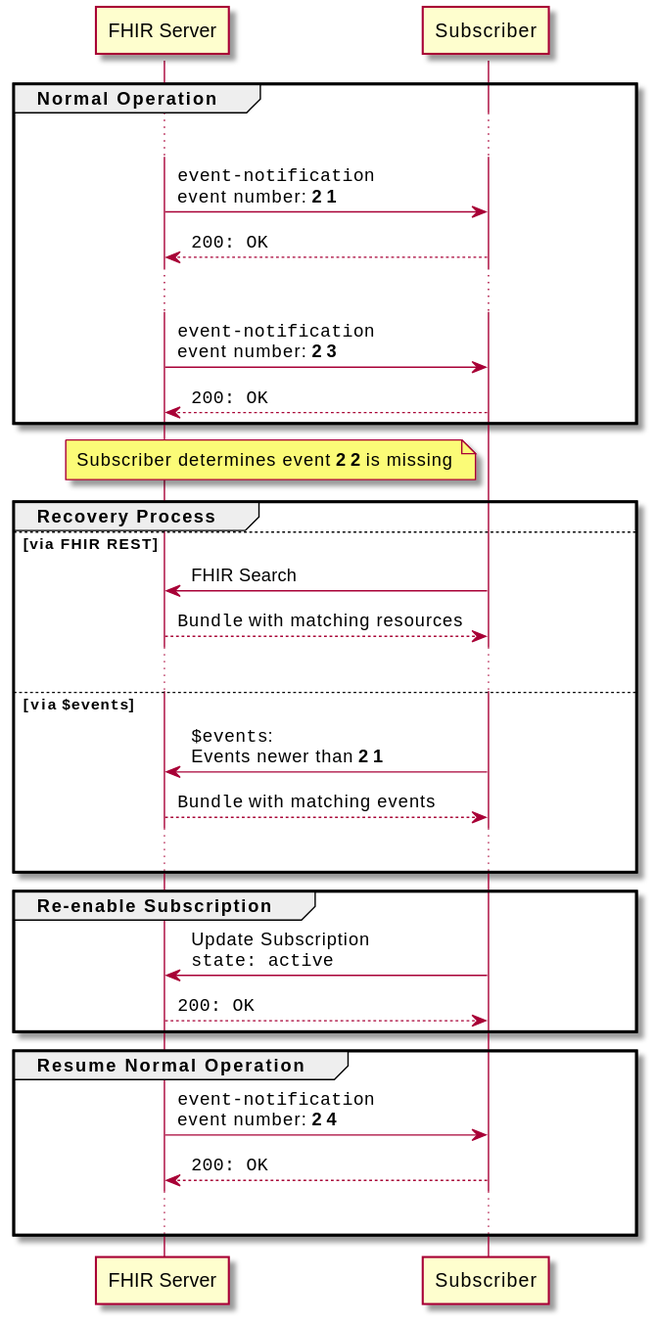
Above: images/subscriptions/notification-no-event.svg in HL7/fhir (PlantUML), before the change. Its diagram source:
```plantuml
@startuml
skinparam NoteTextAlignment left
skinparam Padding 2
skinparam ParticipantPadding 50
skinparam LifelineStrategy solid

participant "FHIR Server" as S
participant Subscriber    as C

group Normal Operation
  ...
  S -> C: ""event-notification""\nevent number: **21**
  return ""200: OK""
  ...
  S -> C: ""event-notification""\nevent number: **23**
  return ""200: OK""
end

note left of C
  Subscriber determines event **22** is missing
end note

group Recovery Process
else via FHIR REST
  C -> S: FHIR Search
  return ""Bundle"" with matching resources
  ...
else via ""$events""
  C -> S: ""$events"":\nEvents newer than **21**
  return ""Bundle"" with matching events
  ...

end

group Re-enable Subscription
  C -> S:Update Subscription\n""state: active""
  return ""200: OK""
end

group Resume Normal Operation
  S -> C: ""event-notification""\nevent number: **24**
  return ""200: OK""
  ...
end
@enduml
```
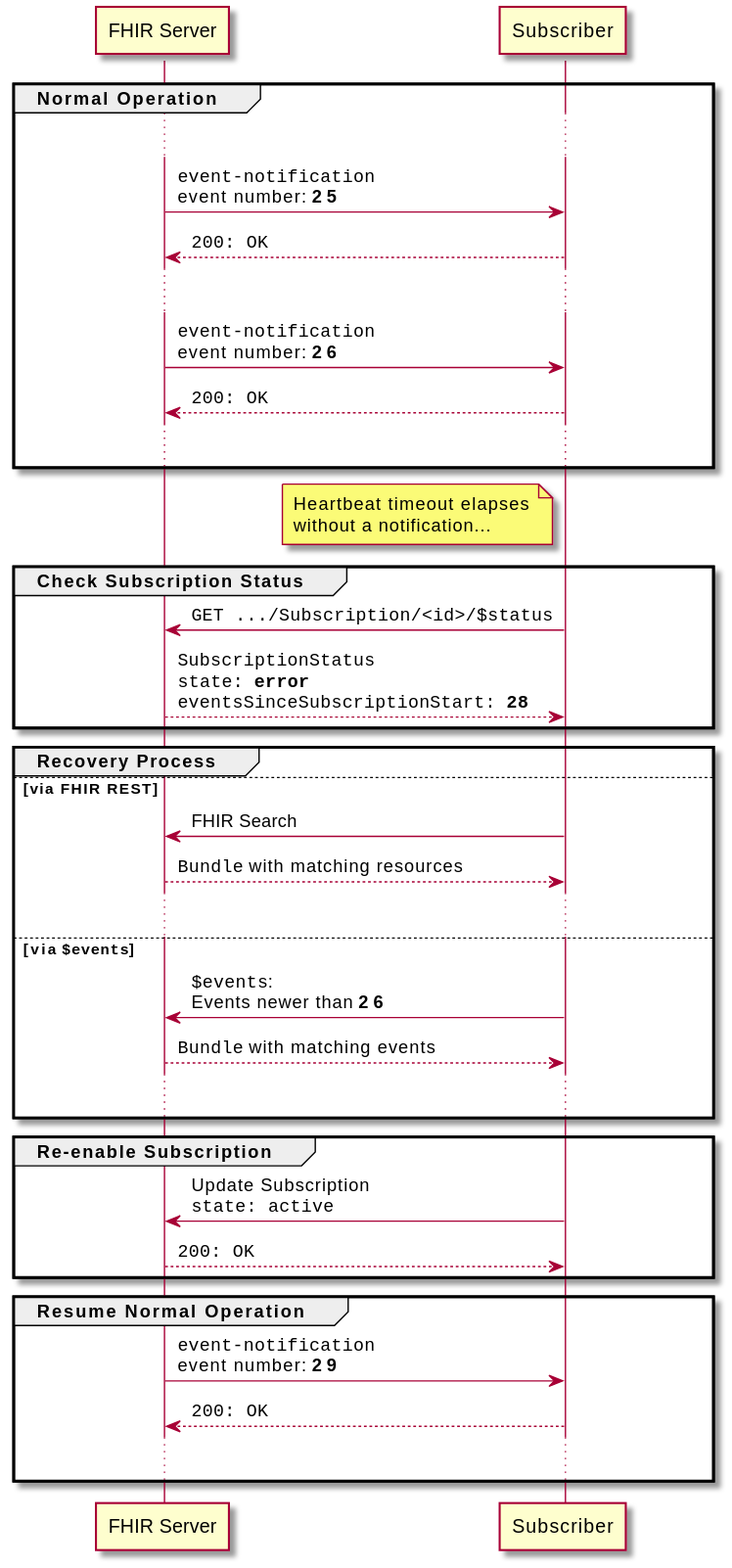
Later version of the same file.

Commit message:
Fixed switching of diagrams

Diff of the diagram source:
```diff
@@ -9,16 +9,23 @@
 
 group Normal Operation
   ...
-  S -> C: ""event-notification""\nevent number: **21**
+  S -> C: ""event-notification""\nevent number: **25**
   return ""200: OK""
   ...
-  S -> C: ""event-notification""\nevent number: **23**
+  S -> C: ""event-notification""\nevent number: **26**
   return ""200: OK""
+  ...
 end
 
 note left of C
-  Subscriber determines event **22** is missing
+  Heartbeat timeout elapses
+  without a notification...
 end note
+
+group Check Subscription Status
+  C -> S: ""GET .../Subscription/<id>/$status""
+  return ""SubscriptionStatus""\n""state: **error**""\n""eventsSinceSubscriptionStart: **28**""
+end
 
 group Recovery Process
 else via FHIR REST
@@ -26,7 +33,7 @@
   return ""Bundle"" with matching resources
   ...
 else via ""$events""
-  C -> S: ""$events"":\nEvents newer than **21**
+  C -> S: ""$events"":\nEvents newer than **26**
   return ""Bundle"" with matching events
   ...
 
@@ -38,7 +45,7 @@
 end
 
 group Resume Normal Operation
-  S -> C: ""event-notification""\nevent number: **24**
+  S -> C: ""event-notification""\nevent number: **29**
   return ""200: OK""
   ...
 end
```
